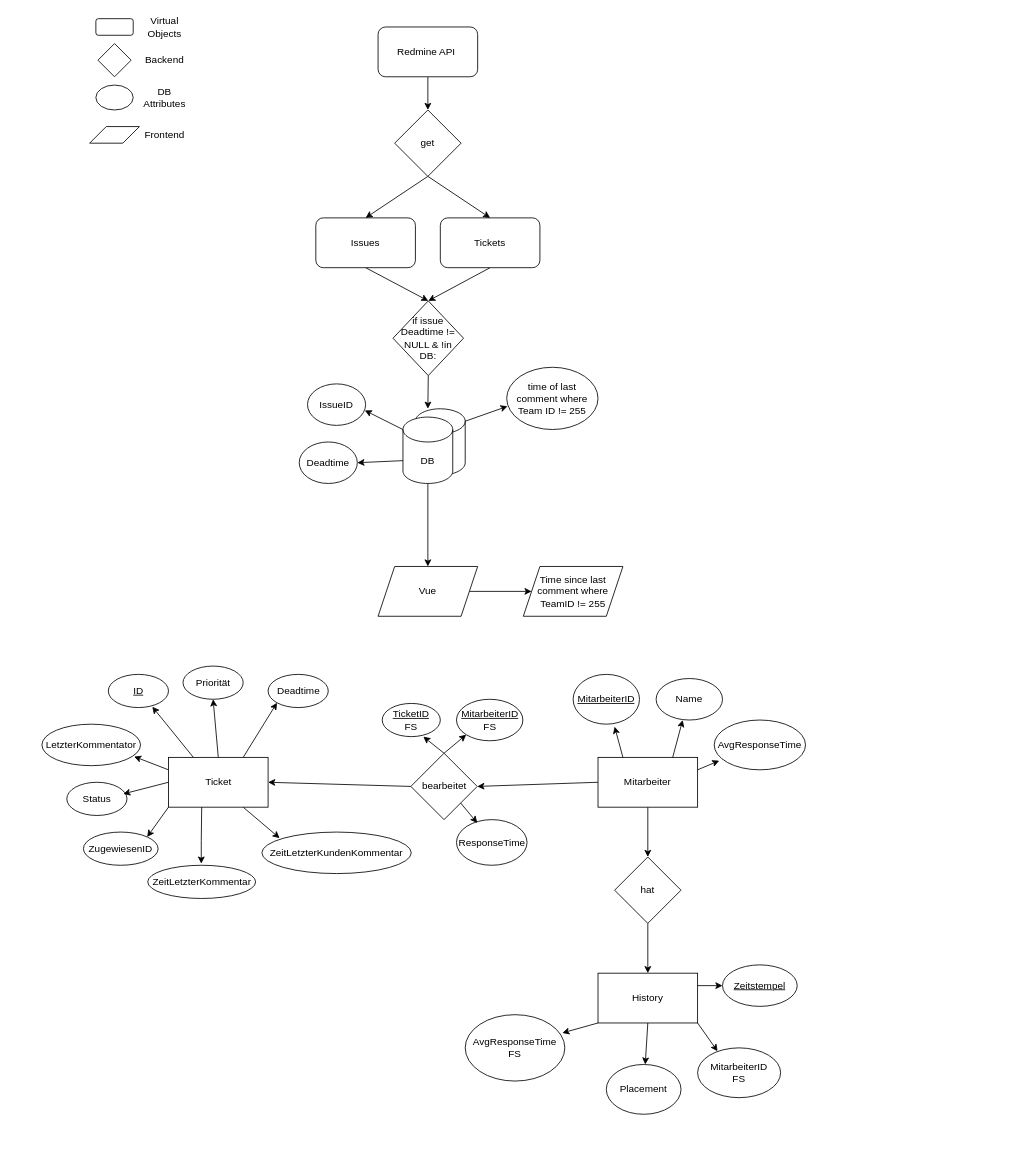
Before: Datenkonzept_TickTrack.drawio in panchord/Draw.io, a draw.io diagram. Source tidied: cells renumbered, new cells numbered last; positions are measured from the earlier drawing's top-left corner, leaving out a move shared by most shapes. Both pictures are drawn from the tidied source at 83%, with x=0, y=0 at pixel (42, 14).
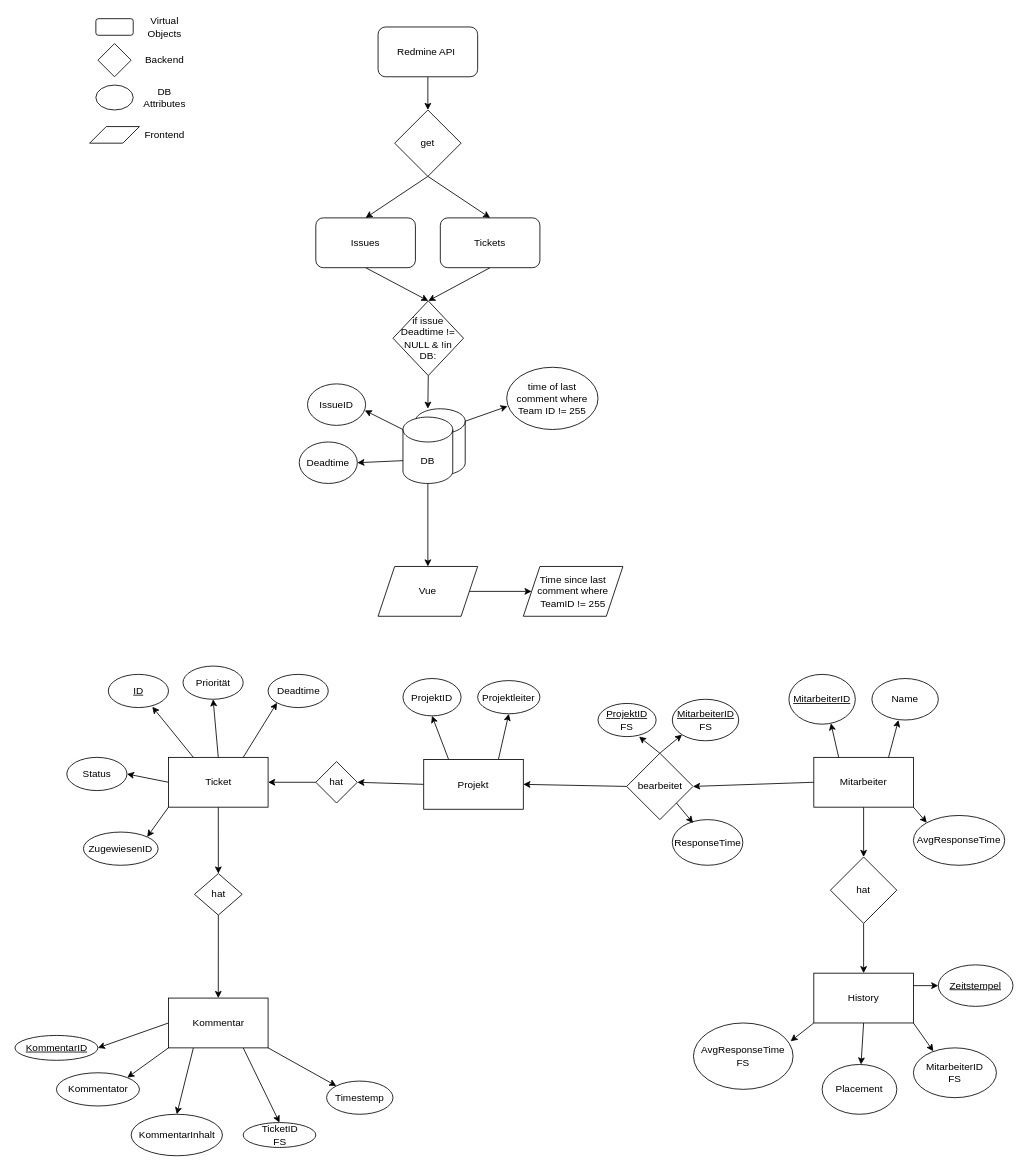
After the change.

The change refers to these unchanged cells:
```xml
<mxCell id="37" value="Ticket" style="rounded=0;whiteSpace=wrap;html=1;" parent="1" vertex="1">
  <mxGeometry x="152.5" y="895" width="120" height="60" as="geometry" />
</mxCell>
```

What changed in the source:
```diff
@@
-    <mxCell id="35" style="edgeStyle=none;rounded=0;jettySize=auto;html=1;exitX=0.75;exitY=1;exitDx=0;exitDy=0;entryX=0;entryY=0;entryDx=0;entryDy=0;" parent="1" edge="1" source="37">
-      <mxGeometry relative="1" as="geometry">
-        <mxPoint x="286.4" y="992.3" as="targetPoint" />
-      </mxGeometry>
-    </mxCell>
@@
+    <mxCell id="78" style="edgeStyle=none;rounded=0;jettySize=auto;html=1;exitX=0.5;exitY=1;exitDx=0;exitDy=0;entryX=0.5;entryY=0;entryDx=0;entryDy=0;" parent="1" edge="1" source="37" target="87">
+      <mxGeometry relative="1" as="geometry" />
+    </mxCell>
+    <mxCell id="46" style="edgeStyle=none;rounded=0;jettySize=auto;html=1;exitX=0;exitY=0.5;exitDx=0;exitDy=0;entryX=1;entryY=0.5;entryDx=0;entryDy=0;" parent="1" edge="1" source="37" target="41">
+      <mxGeometry relative="1" as="geometry" />
+    </mxCell>
@@
-    <mxCell id="40" value="LetzterKommentator" style="ellipse;whiteSpace=wrap;html=1;" parent="1" vertex="1">
-      <mxGeometry y="855" width="118.8" height="50" as="geometry" />
-    </mxCell>
     <mxCell id="41" value="Status" style="ellipse;whiteSpace=wrap;html=1;" parent="1" vertex="1">
-      <mxGeometry x="30" y="925" width="72.5" height="40" as="geometry" />
+      <mxGeometry x="30" y="895" width="72.5" height="40" as="geometry" />
     </mxCell>
@@
-    <mxCell id="43" value="ZeitLetzterKommentar" style="ellipse;whiteSpace=wrap;html=1;" parent="1" vertex="1">
-      <mxGeometry x="127.5" y="1025" width="130" height="40" as="geometry" />
+    <mxCell id="43" value="&lt;u&gt;KommentarID&lt;/u&gt;" style="ellipse;whiteSpace=wrap;html=1;" parent="1" vertex="1">
+      <mxGeometry x="-32.5" y="1230" width="100" height="30" as="geometry" />
     </mxCell>
-    <mxCell id="44" value="ZeitLetzterKundenKommentar" style="ellipse;whiteSpace=wrap;html=1;" parent="1" vertex="1">
-      <mxGeometry x="265" y="985" width="180" height="50" as="geometry" />
+    <mxCell id="44" value="Kommentator" style="ellipse;whiteSpace=wrap;html=1;" parent="1" vertex="1">
+      <mxGeometry x="17.5" y="1275" width="100" height="40" as="geometry" />
     </mxCell>
@@
-    <mxCell id="46" style="edgeStyle=none;rounded=0;jettySize=auto;html=1;exitX=0;exitY=0.5;exitDx=0;exitDy=0;entryX=0.938;entryY=0.35;entryDx=0;entryDy=0;entryPerimeter=0;" parent="1" edge="1" source="37" target="41">
-      <mxGeometry relative="1" as="geometry" />
-    </mxCell>
-    <mxCell id="47" style="edgeStyle=none;rounded=0;orthogonalLoop=1;jettySize=auto;html=1;exitX=0.25;exitY=1;exitDx=0;exitDy=0;entryX=0.419;entryY=-0.05;entryDx=0;entryDy=0;entryPerimeter=0;" parent="1" edge="1">
-      <mxGeometry relative="1" as="geometry">
-        <mxPoint x="192.5" y="955" as="sourcePoint" />
-        <mxPoint x="192" y="1023" as="targetPoint" />
-        <Array as="points">
-          <mxPoint x="192" y="995" />
-        </Array>
-      </mxGeometry>
-    </mxCell>
-    <mxCell id="48" style="edgeStyle=none;rounded=0;jettySize=auto;html=1;exitX=0;exitY=0.25;exitDx=0;exitDy=0;entryX=0.935;entryY=0.78;entryDx=0;entryDy=0;entryPerimeter=0;" parent="1" edge="1" source="37" target="40">
-      <mxGeometry relative="1" as="geometry" />
-    </mxCell>
@@
+    <mxCell id="64" style="edgeStyle=none;rounded=0;jettySize=auto;html=1;exitX=1;exitY=1;exitDx=0;exitDy=0;entryX=0;entryY=0;entryDx=0;entryDy=0;" parent="1" edge="1" source="52" target="61">
+      <mxGeometry relative="1" as="geometry" />
+    </mxCell>
     <mxCell id="52" value="Mitarbeiter" style="rounded=0;whiteSpace=wrap;html=1;" parent="1" vertex="1">
-      <mxGeometry x="670" y="895" width="120" height="60" as="geometry" />
+      <mxGeometry x="930" y="895" width="120" height="60" as="geometry" />
     </mxCell>
-    <mxCell id="53" style="edgeStyle=none;rounded=0;jettySize=auto;html=1;exitX=0;exitY=0.5;exitDx=0;exitDy=0;entryX=1;entryY=0.5;entryDx=0;entryDy=0;" parent="1" edge="1" source="55" target="37">
-      <mxGeometry relative="1" as="geometry" />
-    </mxCell>
@@
+    <mxCell id="79" style="edgeStyle=none;rounded=0;jettySize=auto;html=1;exitX=0;exitY=0.5;exitDx=0;exitDy=0;entryX=1;entryY=0.5;entryDx=0;entryDy=0;" parent="1" edge="1" source="55" target="94">
+      <mxGeometry relative="1" as="geometry" />
+    </mxCell>
     <mxCell id="55" value="bearbeitet" style="rhombus;whiteSpace=wrap;html=1;" parent="1" vertex="1">
-      <mxGeometry x="444.5" y="890" width="80" height="80" as="geometry" />
+      <mxGeometry x="704.5" y="890" width="80" height="80" as="geometry" />
     </mxCell>
-    <mxCell id="56" value="&lt;u&gt;TicketID&lt;/u&gt;&lt;div&gt;FS&lt;/div&gt;" style="ellipse;whiteSpace=wrap;html=1;" parent="1" vertex="1">
-      <mxGeometry x="410" y="830" width="70" height="40" as="geometry" />
+    <mxCell id="56" value="&lt;u&gt;ProjektID&lt;/u&gt;&lt;div&gt;FS&lt;/div&gt;" style="ellipse;whiteSpace=wrap;html=1;" parent="1" vertex="1">
+      <mxGeometry x="670" y="830" width="70" height="40" as="geometry" />
     </mxCell>
     <mxCell id="57" value="&lt;u&gt;MitarbeiterID&lt;/u&gt;&lt;div&gt;FS&lt;/div&gt;" style="ellipse;whiteSpace=wrap;html=1;" parent="1" vertex="1">
-      <mxGeometry x="499.5" y="825" width="80" height="50" as="geometry" />
+      <mxGeometry x="759.5" y="825" width="80" height="50" as="geometry" />
     </mxCell>
@@
     <mxCell id="59" value="&lt;u&gt;MitarbeiterID&lt;/u&gt;" style="ellipse;whiteSpace=wrap;html=1;" parent="1" vertex="1">
-      <mxGeometry x="640" y="795" width="80" height="60" as="geometry" />
+      <mxGeometry x="900" y="795" width="80" height="60" as="geometry" />
     </mxCell>
     <mxCell id="60" value="Name" style="ellipse;whiteSpace=wrap;html=1;" parent="1" vertex="1">
-      <mxGeometry x="740" y="800" width="80" height="50" as="geometry" />
+      <mxGeometry x="1000" y="800" width="80" height="50" as="geometry" />
     </mxCell>
     <mxCell id="61" value="AvgResponseTime" style="ellipse;whiteSpace=wrap;html=1;" parent="1" vertex="1">
-      <mxGeometry x="810" y="850" width="110" height="60" as="geometry" />
+      <mxGeometry x="1050" y="965" width="110" height="60" as="geometry" />
     </mxCell>
-    <mxCell id="62" style="edgeStyle=none;rounded=0;jettySize=auto;html=1;exitX=0.25;exitY=0;exitDx=0;exitDy=0;entryX=0.625;entryY=1.05;entryDx=0;entryDy=0;entryPerimeter=0;" parent="1" edge="1" source="52" target="59">
+    <mxCell id="62" style="edgeStyle=none;rounded=0;jettySize=auto;html=1;exitX=0.25;exitY=0;exitDx=0;exitDy=0;entryX=0.632;entryY=0.983;entryDx=0;entryDy=0;entryPerimeter=0;" parent="1" edge="1" source="52" target="59">
       <mxGeometry relative="1" as="geometry" />
     </mxCell>
@@
-    <mxCell id="64" style="edgeStyle=none;rounded=0;jettySize=auto;html=1;exitX=1;exitY=0.25;exitDx=0;exitDy=0;entryX=0.055;entryY=0.817;entryDx=0;entryDy=0;entryPerimeter=0;" parent="1" edge="1" source="52" target="61">
-      <mxGeometry relative="1" as="geometry" />
-    </mxCell>
     <mxCell id="65" value="ResponseTime" style="ellipse;whiteSpace=wrap;html=1;" parent="1" vertex="1">
-      <mxGeometry x="499.5" y="970" width="85" height="55" as="geometry" />
+      <mxGeometry x="759.5" y="970" width="85" height="55" as="geometry" />
     </mxCell>
@@
     <mxCell id="69" value="History" style="rounded=0;whiteSpace=wrap;html=1;" parent="1" vertex="1">
-      <mxGeometry x="670" y="1155" width="120" height="60" as="geometry" />
+      <mxGeometry x="930" y="1155" width="120" height="60" as="geometry" />
     </mxCell>
@@
     <mxCell id="71" value="hat" style="rhombus;whiteSpace=wrap;html=1;" parent="1" vertex="1">
-      <mxGeometry x="690" y="1015" width="80" height="80" as="geometry" />
+      <mxGeometry x="950" y="1015" width="80" height="80" as="geometry" />
     </mxCell>
     <mxCell id="72" value="&lt;u&gt;Zeitstempel&lt;/u&gt;" style="ellipse;whiteSpace=wrap;html=1;" parent="1" vertex="1">
-      <mxGeometry x="820" y="1145" width="90" height="50" as="geometry" />
+      <mxGeometry x="1080" y="1145" width="90" height="50" as="geometry" />
     </mxCell>
     <mxCell id="73" value="MitarbeiterID&lt;div&gt;FS&lt;/div&gt;" style="ellipse;whiteSpace=wrap;html=1;" parent="1" vertex="1">
-      <mxGeometry x="790" y="1245" width="100" height="60" as="geometry" />
+      <mxGeometry x="1050" y="1245" width="100" height="60" as="geometry" />
     </mxCell>
@@
     <mxCell id="75" value="Placement" style="ellipse;whiteSpace=wrap;html=1;" parent="1" vertex="1">
-      <mxGeometry x="680" y="1265" width="90" height="60" as="geometry" />
+      <mxGeometry x="940" y="1265" width="90" height="60" as="geometry" />
     </mxCell>
     <mxCell id="76" value="AvgResponseTime&lt;div&gt;FS&lt;/div&gt;" style="ellipse;whiteSpace=wrap;html=1;" parent="1" vertex="1">
-      <mxGeometry x="510" y="1205" width="120" height="80" as="geometry" />
+      <mxGeometry x="785" y="1215" width="120" height="80" as="geometry" />
     </mxCell>
@@
+    <mxCell id="80" style="edgeStyle=none;rounded=0;jettySize=auto;html=1;exitX=0;exitY=0.5;exitDx=0;exitDy=0;entryX=1;entryY=0.5;entryDx=0;entryDy=0;" parent="1" edge="1" source="85" target="43">
+      <mxGeometry relative="1" as="geometry" />
+    </mxCell>
+    <mxCell id="81" style="edgeStyle=none;rounded=0;jettySize=auto;html=1;exitX=0;exitY=1;exitDx=0;exitDy=0;entryX=1;entryY=0;entryDx=0;entryDy=0;" parent="1" edge="1" source="85" target="44">
+      <mxGeometry relative="1" as="geometry" />
+    </mxCell>
+    <mxCell id="82" style="edgeStyle=none;rounded=0;jettySize=auto;html=1;exitX=0.25;exitY=1;exitDx=0;exitDy=0;entryX=0.5;entryY=0;entryDx=0;entryDy=0;" parent="1" edge="1" source="85" target="88">
+      <mxGeometry relative="1" as="geometry" />
+    </mxCell>
+    <mxCell id="83" style="edgeStyle=none;rounded=0;jettySize=auto;html=1;exitX=0.75;exitY=1;exitDx=0;exitDy=0;entryX=0.5;entryY=0;entryDx=0;entryDy=0;" parent="1" edge="1" source="85" target="89">
+      <mxGeometry relative="1" as="geometry" />
+    </mxCell>
+    <mxCell id="84" style="edgeStyle=none;rounded=0;jettySize=auto;html=1;exitX=1;exitY=1;exitDx=0;exitDy=0;entryX=0;entryY=0;entryDx=0;entryDy=0;" parent="1" edge="1" source="85" target="90">
+      <mxGeometry relative="1" as="geometry" />
+    </mxCell>
+    <mxCell id="85" value="Kommentar" style="rounded=0;whiteSpace=wrap;html=1;" parent="1" vertex="1">
+      <mxGeometry x="152.5" y="1185" width="120" height="60" as="geometry" />
+    </mxCell>
+    <mxCell id="86" style="edgeStyle=none;rounded=0;jettySize=auto;html=1;exitX=0.5;exitY=1;exitDx=0;exitDy=0;entryX=0.5;entryY=0;entryDx=0;entryDy=0;" parent="1" edge="1" source="87" target="85">
+      <mxGeometry relative="1" as="geometry" />
+    </mxCell>
+    <mxCell id="87" value="hat" style="rhombus;whiteSpace=wrap;html=1;" parent="1" vertex="1">
+      <mxGeometry x="183.8" y="1035" width="57.5" height="50" as="geometry" />
+    </mxCell>
+    <mxCell id="88" value="KommentarInhalt" style="ellipse;whiteSpace=wrap;html=1;" parent="1" vertex="1">
+      <mxGeometry x="107.5" y="1325" width="110" height="50" as="geometry" />
+    </mxCell>
+    <mxCell id="89" value="TicketID&lt;div&gt;FS&lt;/div&gt;" style="ellipse;whiteSpace=wrap;html=1;" parent="1" vertex="1">
+      <mxGeometry x="242.5" y="1335" width="87.5" height="30" as="geometry" />
+    </mxCell>
+    <mxCell id="90" value="Timestemp" style="ellipse;whiteSpace=wrap;html=1;" parent="1" vertex="1">
+      <mxGeometry x="343" y="1285" width="80" height="40" as="geometry" />
+    </mxCell>
+    <mxCell id="91" style="edgeStyle=none;rounded=0;jettySize=auto;html=1;exitX=0.75;exitY=0;exitDx=0;exitDy=0;entryX=0.5;entryY=1;entryDx=0;entryDy=0;" parent="1" edge="1" source="94" target="96">
+      <mxGeometry relative="1" as="geometry" />
+    </mxCell>
+    <mxCell id="92" style="edgeStyle=none;rounded=0;jettySize=auto;html=1;exitX=0.25;exitY=0;exitDx=0;exitDy=0;entryX=0.5;entryY=1;entryDx=0;entryDy=0;" parent="1" edge="1" source="94" target="95">
+      <mxGeometry relative="1" as="geometry" />
+    </mxCell>
+    <mxCell id="93" style="edgeStyle=none;rounded=0;jettySize=auto;html=1;exitX=0;exitY=0.5;exitDx=0;exitDy=0;entryX=1;entryY=0.5;entryDx=0;entryDy=0;" parent="1" edge="1" source="94" target="98">
+      <mxGeometry relative="1" as="geometry" />
+    </mxCell>
+    <mxCell id="94" value="Projekt" style="rounded=0;whiteSpace=wrap;html=1;" parent="1" vertex="1">
+      <mxGeometry x="460" y="897.5" width="120" height="60" as="geometry" />
+    </mxCell>
+    <mxCell id="95" value="ProjektID" style="ellipse;whiteSpace=wrap;html=1;" parent="1" vertex="1">
+      <mxGeometry x="435" y="800" width="70" height="45" as="geometry" />
+    </mxCell>
+    <mxCell id="96" value="Projektleiter" style="ellipse;whiteSpace=wrap;html=1;" parent="1" vertex="1">
+      <mxGeometry x="525" y="802.5" width="75" height="40" as="geometry" />
+    </mxCell>
+    <mxCell id="97" style="edgeStyle=none;rounded=0;jettySize=auto;html=1;exitX=0;exitY=0.5;exitDx=0;exitDy=0;entryX=1;entryY=0.5;entryDx=0;entryDy=0;" parent="1" edge="1" source="98" target="37">
+      <mxGeometry relative="1" as="geometry" />
+    </mxCell>
+    <mxCell id="98" value="hat" style="rhombus;whiteSpace=wrap;html=1;" parent="1" vertex="1">
+      <mxGeometry x="330" y="900" width="50" height="50" as="geometry" />
+    </mxCell>
```
